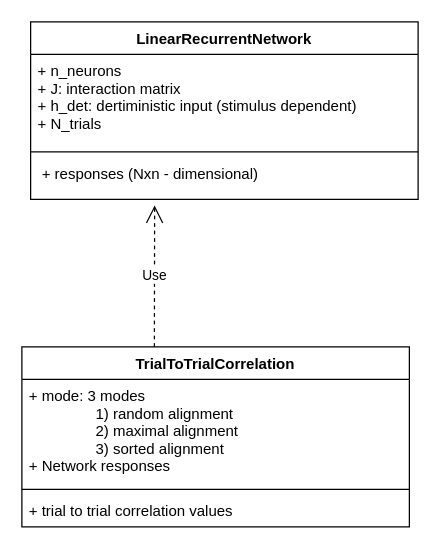
The draw.io diagram 1D_RNN.drawio in rzhou-space/MA_Networks, before the edit. Source tidied: cells renumbered, new cells numbered last; positions are measured from the earlier drawing's top-left corner, leaving out a move shared by most shapes. Both pictures are drawn from the tidied source at 125%, with x=0, y=0 at pixel (21, 21).
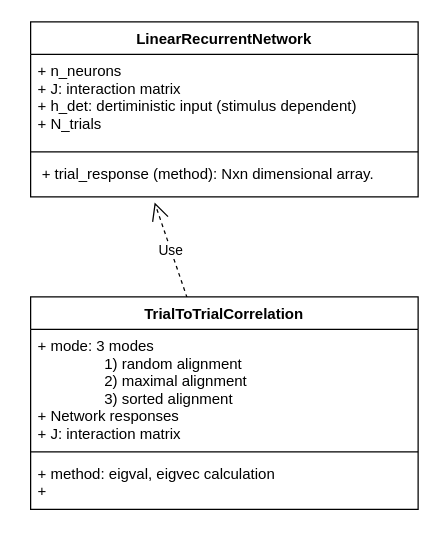
After the change.

What changed in the source:
```diff
@@
 <mxGraphModel>
   <root>
     <mxCell id="0" />
     <mxCell id="1" parent="0" />
     <mxCell id="2" value="LinearRecurrentNetwork" style="swimlane;fontStyle=1;align=center;verticalAlign=top;horizontal=1;startSize=26;" parent="1" vertex="1">
-      <mxGeometry x="7" width="310" height="142" as="geometry" />
+      <mxGeometry x="7" width="310" height="140" as="geometry" />
     </mxCell>
     <mxCell id="3" value="+ n_neurons&#10;+ J: interaction matrix&#10;+ h_det: dertiministic input (stimulus dependent)&#10;+ N_trials" style="text;strokeColor=none;fillColor=none;align=left;verticalAlign=top;spacingLeft=4;spacingRight=4;overflow=hidden;" parent="2" vertex="1">
       <mxGeometry y="26" width="310" height="74" as="geometry" />
     </mxCell>
     <mxCell id="4" style="line;strokeWidth=1;fillColor=none;align=left;verticalAlign=middle;spacingTop=-1;spacingLeft=3;spacingRight=3;labelPosition=right;" parent="2" vertex="1">
       <mxGeometry y="100" width="310" height="8" as="geometry" />
     </mxCell>
-    <mxCell id="5" value=" + responses (Nxn - dimensional)" style="text;strokeColor=none;fillColor=none;align=left;verticalAlign=top;spacingLeft=4;spacingRight=4;overflow=hidden;points=[[0,0.5],[1,0.5]];portConstraint=eastwest;" parent="2" vertex="1">
-      <mxGeometry y="108" width="310" height="34" as="geometry" />
+    <mxCell id="5" value=" + trial_response (method): Nxn dimensional array.&#10; " style="text;strokeColor=none;fillColor=none;align=left;verticalAlign=top;spacingLeft=4;spacingRight=4;overflow=hidden;points=[[0,0.5],[1,0.5]];portConstraint=eastwest;" parent="2" vertex="1">
+      <mxGeometry y="108" width="310" height="32" as="geometry" />
     </mxCell>
-    <mxCell id="6" value="Use" style="endArrow=open;endSize=12;dashed=1;html=1;rounded=0;entryX=0.32;entryY=1.142;entryDx=0;entryDy=0;entryPerimeter=0;" parent="1" edge="1" target="5">
-      <mxGeometry relative="1" as="geometry">
-        <mxPoint x="106" y="260" as="sourcePoint" />
-      </mxGeometry>
+    <mxCell id="6" value="Use" style="endArrow=open;endSize=12;dashed=1;html=1;rounded=0;entryX=0.32;entryY=1.142;entryDx=0;entryDy=0;entryPerimeter=0;exitX=0.404;exitY=0.005;exitDx=0;exitDy=0;exitPerimeter=0;" parent="1" edge="1" source="7" target="5">
+      <mxGeometry relative="1" as="geometry" />
     </mxCell>
     <mxCell id="7" value="TrialToTrialCorrelation" style="swimlane;fontStyle=1;align=center;verticalAlign=top;horizontal=1;startSize=26;" parent="1" vertex="1">
-      <mxGeometry y="260" width="310" height="144" as="geometry" />
+      <mxGeometry x="7" y="220" width="310" height="170" as="geometry" />
     </mxCell>
-    <mxCell id="8" value="+ mode: 3 modes&#10;                1) random alignment&#10;                2) maximal alignment&#10;                3) sorted alignment&#10;+ Network responses&#10; &#10;" style="text;strokeColor=none;fillColor=none;align=left;verticalAlign=top;spacingLeft=4;spacingRight=4;overflow=hidden;" parent="7" vertex="1">
-      <mxGeometry y="26" width="310" height="84" as="geometry" />
+    <mxCell id="8" value="+ mode: 3 modes&#10;                1) random alignment&#10;                2) maximal alignment&#10;                3) sorted alignment&#10;+ Network responses&#10;+ J: interaction matrix&#10; &#10;" style="text;strokeColor=none;fillColor=none;align=left;verticalAlign=top;spacingLeft=4;spacingRight=4;overflow=hidden;" parent="7" vertex="1">
+      <mxGeometry y="26" width="310" height="94" as="geometry" />
     </mxCell>
     <mxCell id="9" style="line;strokeWidth=1;fillColor=none;align=left;verticalAlign=middle;spacingTop=-1;spacingLeft=3;spacingRight=3;labelPosition=right;" parent="7" vertex="1">
-      <mxGeometry y="110" width="310" height="8" as="geometry" />
+      <mxGeometry y="120" width="310" height="8" as="geometry" />
     </mxCell>
-    <mxCell id="10" value="+ trial to trial correlation values" style="text;strokeColor=none;fillColor=none;align=left;verticalAlign=top;spacingLeft=4;spacingRight=4;overflow=hidden;" parent="7" vertex="1">
-      <mxGeometry y="118" width="310" height="26" as="geometry" />
+    <mxCell id="10" value="+ method: eigval, eigvec calculation &#10;+  " style="text;strokeColor=none;fillColor=none;align=left;verticalAlign=top;spacingLeft=4;spacingRight=4;overflow=hidden;" parent="7" vertex="1">
+      <mxGeometry y="128" width="310" height="42" as="geometry" />
     </mxCell>
   </root>
 </mxGraphModel>
```
